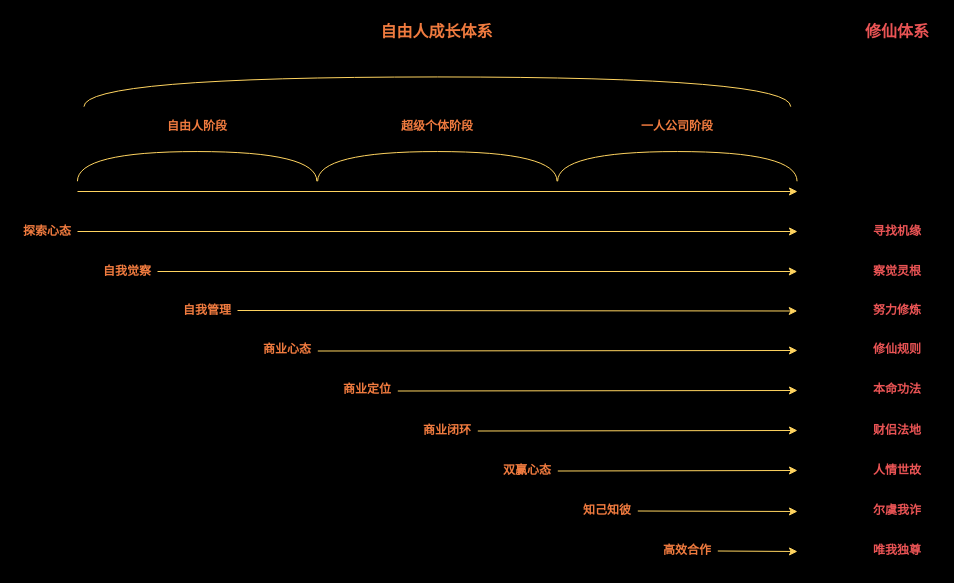
This is 自由人成长体系.drawio from youyusan/life_system, a draw.io file, before an edit. Source tidied: cells renumbered, new cells numbered last; positions are measured from the earlier drawing's top-left corner, leaving out a move shared by most shapes. Both pictures are drawn from the tidied source at 100%, with x=0, y=0 at pixel (17, -262).
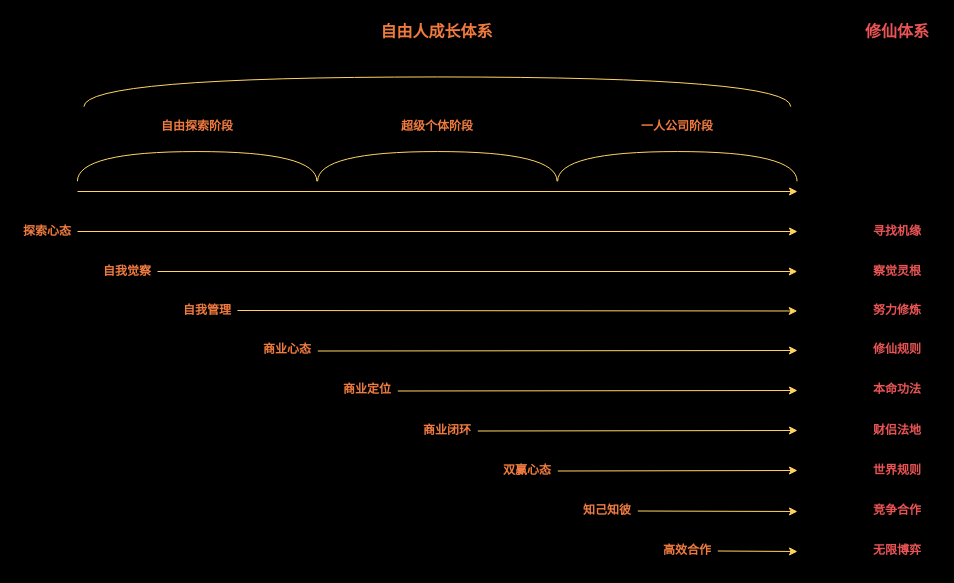
The same diagram, later.

Commit message:
更新自由人成长体系.drawio

Change to the diagram source:
```diff
@@
-    <mxCell id="7" value="自由人阶段" style="text;html=1;align=center;verticalAlign=middle;whiteSpace=wrap;rounded=0;fontStyle=1;fontColor=#F07B3F;strokeColor=none;" parent="1" vertex="1">
+    <mxCell id="7" value="自由探索阶段" style="text;html=1;align=center;verticalAlign=middle;whiteSpace=wrap;rounded=0;fontStyle=1;fontColor=#F07B3F;strokeColor=none;" parent="1" vertex="1">
       <mxGeometry x="139.7" y="373" width="80" height="30" as="geometry" />
     </mxCell>
@@
-    <mxCell id="33" value="人情世故" style="text;html=1;align=center;verticalAlign=middle;whiteSpace=wrap;rounded=0;fontColor=#ea5455;fontStyle=1;" parent="1" vertex="1">
+    <mxCell id="33" value="世界规则" style="text;html=1;align=center;verticalAlign=middle;whiteSpace=wrap;rounded=0;fontColor=#ea5455;fontStyle=1;" parent="1" vertex="1">
       <mxGeometry x="850" y="717" width="60" height="30" as="geometry" />
     </mxCell>
-    <mxCell id="34" value="尔虞我诈" style="text;html=1;align=center;verticalAlign=middle;whiteSpace=wrap;rounded=0;fontColor=#ea5455;fontStyle=1;" parent="1" vertex="1">
+    <mxCell id="34" value="竞争合作" style="text;html=1;align=center;verticalAlign=middle;whiteSpace=wrap;rounded=0;fontColor=#ea5455;fontStyle=1;" parent="1" vertex="1">
       <mxGeometry x="850" y="757" width="60" height="30" as="geometry" />
     </mxCell>
-    <mxCell id="35" value="唯我独尊" style="text;html=1;align=center;verticalAlign=middle;whiteSpace=wrap;rounded=0;fontColor=#ea5455;fontStyle=1;" parent="1" vertex="1">
+    <mxCell id="35" value="无限博弈" style="text;html=1;align=center;verticalAlign=middle;whiteSpace=wrap;rounded=0;fontColor=#ea5455;fontStyle=1;" parent="1" vertex="1">
       <mxGeometry x="850" y="797" width="60" height="30" as="geometry" />
     </mxCell>
```
